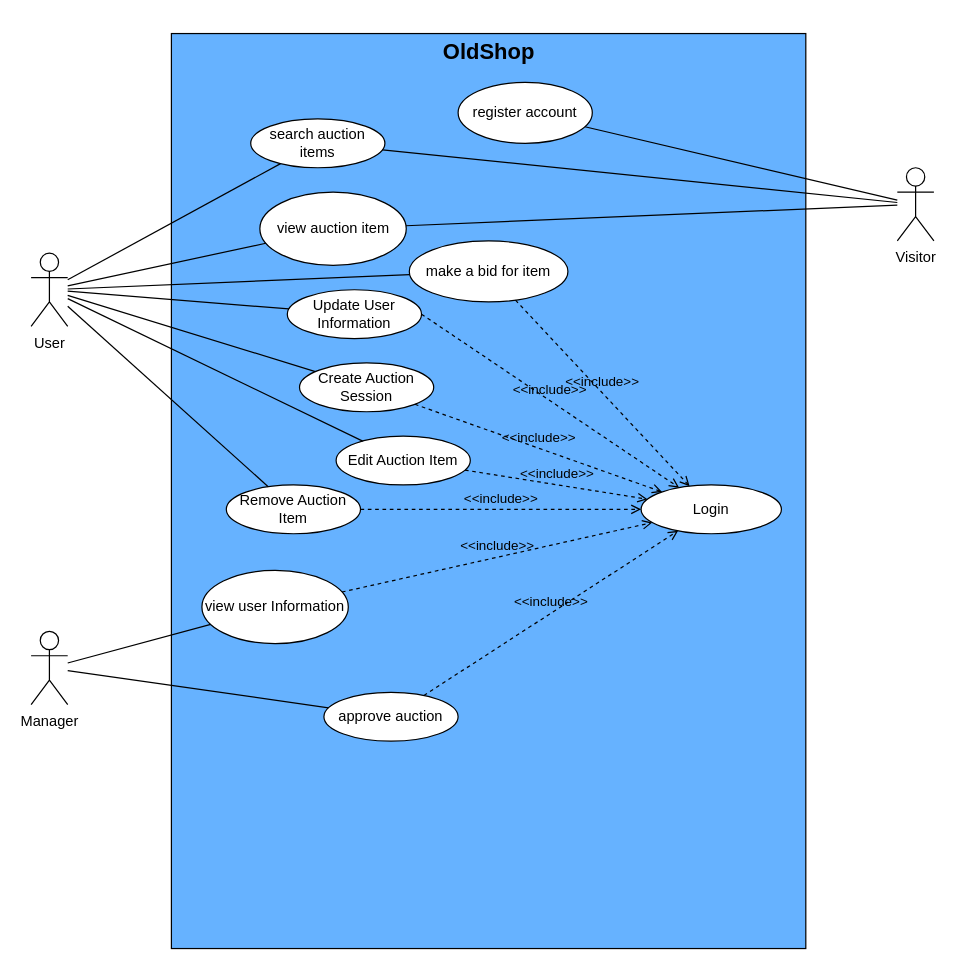
dotruong1910/ooad keeps this draw.io diagram as page "Page-1" (1 of 23) of ooad-usecase-model.drawio. Above is the earlier version. Source tidied: cells renumbered, new cells numbered last; positions are measured from the earlier drawing's top-left corner, leaving out a move shared by most shapes. Both pictures are drawn from the tidied source at 122%, with x=0, y=0 at pixel (30, 33).
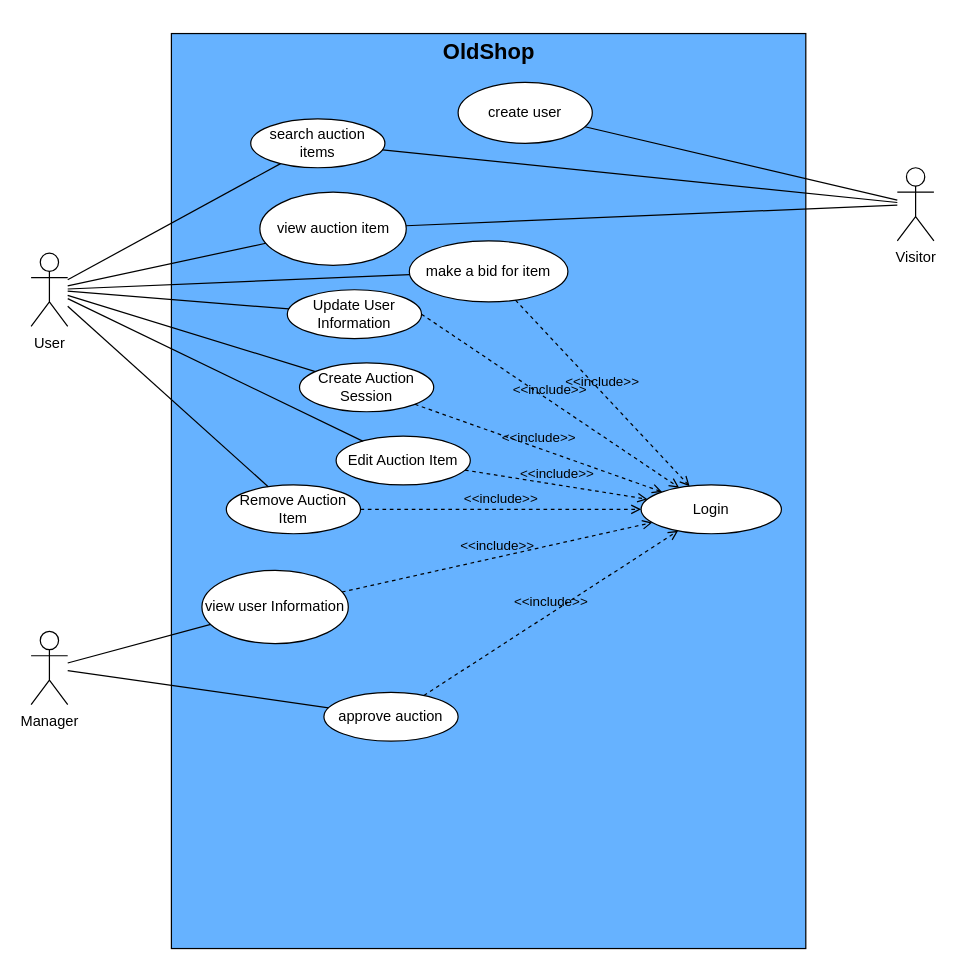
The same page after the edit.

The edit, as a diff of the source:
```diff
@@
-    <mxCell id="18" value="register account" style="ellipse;whiteSpace=wrap;html=1;" parent="1" vertex="1">
+    <mxCell id="18" value="create user" style="ellipse;whiteSpace=wrap;html=1;" parent="1" vertex="1">
       <mxGeometry x="350" y="40" width="110" height="50" as="geometry" />
     </mxCell>
```
